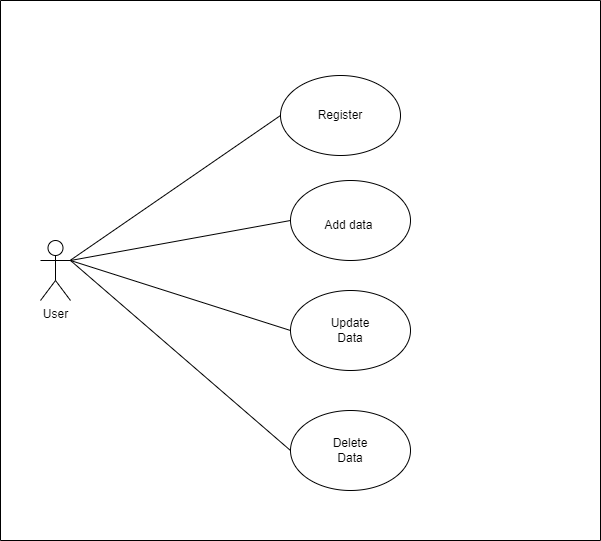
Before: Registration_Management Documents/Usercase Diagrams/Usercase.png, a diagram exported from draw.io (IT20146474/ElectroGrid-EG-G62). Source tidied: cells renumbered, new cells last; positions are measured from the earlier drawing's top-left corner, leaving out a move shared by most shapes. Its diagram source:
```xml
<mxGraphModel>
  <root>
    <mxCell id="0" />
    <mxCell id="1" parent="0" />
    <mxCell id="2" value="User" style="shape=umlActor;verticalLabelPosition=bottom;verticalAlign=top;html=1;outlineConnect=0;" parent="1" vertex="1">
      <mxGeometry x="40" y="240" width="30" height="60" as="geometry" />
    </mxCell>
    <mxCell id="3" style="ellipse;whiteSpace=wrap;html=1;" parent="1" vertex="1">
      <mxGeometry x="280" y="75" width="120" height="80" as="geometry" />
    </mxCell>
    <mxCell id="4" style="ellipse;whiteSpace=wrap;html=1;" parent="1" vertex="1">
      <mxGeometry x="290" y="180" width="120" height="80" as="geometry" />
    </mxCell>
    <mxCell id="5" style="ellipse;whiteSpace=wrap;html=1;" parent="1" vertex="1">
      <mxGeometry x="290" y="290" width="120" height="80" as="geometry" />
    </mxCell>
    <mxCell id="6" value="Register" style="text;html=1;strokeColor=none;fillColor=none;align=center;verticalAlign=middle;whiteSpace=wrap;rounded=0;" parent="1" vertex="1">
      <mxGeometry x="310" y="100" width="60" height="30" as="geometry" />
    </mxCell>
    <mxCell id="7" value="Add data&amp;nbsp;" style="text;html=1;strokeColor=none;fillColor=none;align=center;verticalAlign=middle;whiteSpace=wrap;rounded=0;" parent="1" vertex="1">
      <mxGeometry x="320" y="210" width="60" height="30" as="geometry" />
    </mxCell>
    <mxCell id="8" value="Update Data" style="text;html=1;strokeColor=none;fillColor=none;align=center;verticalAlign=middle;whiteSpace=wrap;rounded=0;" parent="1" vertex="1">
      <mxGeometry x="320" y="315" width="60" height="30" as="geometry" />
    </mxCell>
    <mxCell id="9" style="ellipse;whiteSpace=wrap;html=1;" parent="1" vertex="1">
      <mxGeometry x="290" y="410" width="120" height="80" as="geometry" />
    </mxCell>
    <mxCell id="10" value="Delete Data" style="text;html=1;strokeColor=none;fillColor=none;align=center;verticalAlign=middle;whiteSpace=wrap;rounded=0;" parent="1" vertex="1">
      <mxGeometry x="320" y="435" width="60" height="30" as="geometry" />
    </mxCell>
    <mxCell id="11" style="endArrow=none;html=1;rounded=0;entryX=0;entryY=0.5;entryDx=0;entryDy=0;" parent="1" edge="1" source="2" target="3">
      <mxGeometry relative="1" as="geometry" />
    </mxCell>
    <mxCell id="12" style="endArrow=none;html=1;rounded=0;entryX=0;entryY=0.5;entryDx=0;entryDy=0;" parent="1" edge="1" target="4">
      <mxGeometry relative="1" as="geometry">
        <mxPoint x="70" y="260" as="sourcePoint" />
      </mxGeometry>
    </mxCell>
    <mxCell id="13" style="endArrow=none;html=1;rounded=0;entryX=0;entryY=0.5;entryDx=0;entryDy=0;" parent="1" edge="1" target="5">
      <mxGeometry relative="1" as="geometry">
        <mxPoint x="70" y="260" as="sourcePoint" />
      </mxGeometry>
    </mxCell>
    <mxCell id="14" style="endArrow=none;html=1;rounded=0;entryX=0;entryY=0.5;entryDx=0;entryDy=0;" parent="1" edge="1" target="9">
      <mxGeometry relative="1" as="geometry">
        <mxPoint x="70" y="260" as="sourcePoint" />
      </mxGeometry>
    </mxCell>
    <mxCell id="15" style="swimlane;startSize=0;fontSize=17;" parent="1" vertex="1">
      <mxGeometry width="600" height="540" as="geometry" />
    </mxCell>
  </root>
</mxGraphModel>
```
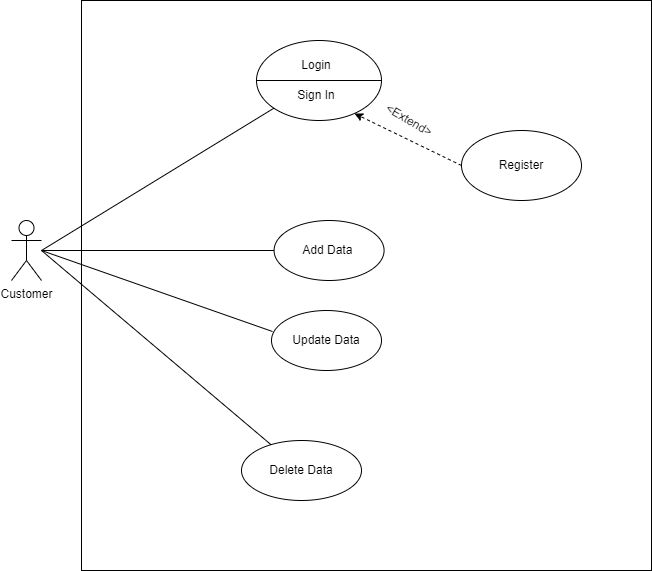
After the change.

The edit, as a diff of the source:
```diff
@@ -2,53 +2,61 @@
   <root>
     <mxCell id="0" />
     <mxCell id="1" parent="0" />
-    <mxCell id="2" value="User" style="shape=umlActor;verticalLabelPosition=bottom;verticalAlign=top;html=1;outlineConnect=0;" parent="1" vertex="1">
-      <mxGeometry x="40" y="240" width="30" height="60" as="geometry" />
-    </mxCell>
-    <mxCell id="3" style="ellipse;whiteSpace=wrap;html=1;" parent="1" vertex="1">
-      <mxGeometry x="280" y="75" width="120" height="80" as="geometry" />
-    </mxCell>
-    <mxCell id="4" style="ellipse;whiteSpace=wrap;html=1;" parent="1" vertex="1">
-      <mxGeometry x="290" y="180" width="120" height="80" as="geometry" />
-    </mxCell>
-    <mxCell id="5" style="ellipse;whiteSpace=wrap;html=1;" parent="1" vertex="1">
-      <mxGeometry x="290" y="290" width="120" height="80" as="geometry" />
-    </mxCell>
+    <mxCell id="16" value="Customer" style="shape=umlActor;verticalLabelPosition=bottom;verticalAlign=top;html=1;" parent="1" vertex="1">
+      <mxGeometry x="70" y="200" width="30" height="60" as="geometry" />
+    </mxCell>
+    <mxCell id="17" style="whiteSpace=wrap;html=1;" parent="1" vertex="1">
+      <mxGeometry x="140" y="-20" width="570" height="570" as="geometry" />
+    </mxCell>
+    <mxCell id="18" style="ellipse;whiteSpace=wrap;html=1;" parent="1" vertex="1">
+      <mxGeometry x="315" y="20" width="125" height="80" as="geometry" />
+    </mxCell>
+    <mxCell id="19" style="endArrow=none;html=1;rounded=0;entryX=1;entryY=0.5;entryDx=0;entryDy=0;exitX=0;exitY=0.5;exitDx=0;exitDy=0;" parent="1" edge="1" source="18" target="18">
+      <mxGeometry relative="1" as="geometry" />
+    </mxCell>
+    <mxCell id="20" value="Login" style="text;html=1;strokeColor=none;fillColor=none;align=center;verticalAlign=middle;whiteSpace=wrap;rounded=0;" parent="1" vertex="1">
+      <mxGeometry x="345" y="30" width="60" height="30" as="geometry" />
+    </mxCell>
+    <mxCell id="21" value="Sign In" style="text;html=1;strokeColor=none;fillColor=none;align=center;verticalAlign=middle;whiteSpace=wrap;rounded=0;" parent="1" vertex="1">
+      <mxGeometry x="345" y="60" width="60" height="30" as="geometry" />
+    </mxCell>
-    <mxCell id="6" value="Register" style="text;html=1;strokeColor=none;fillColor=none;align=center;verticalAlign=middle;whiteSpace=wrap;rounded=0;" parent="1" vertex="1">
-      <mxGeometry x="310" y="100" width="60" height="30" as="geometry" />
+    <mxCell id="6" value="Register" style="ellipse;whiteSpace=wrap;html=1;" parent="1" vertex="1">
+      <mxGeometry x="520" y="110" width="120" height="70" as="geometry" />
     </mxCell>
-    <mxCell id="7" value="Add data&amp;nbsp;" style="text;html=1;strokeColor=none;fillColor=none;align=center;verticalAlign=middle;whiteSpace=wrap;rounded=0;" parent="1" vertex="1">
-      <mxGeometry x="320" y="210" width="60" height="30" as="geometry" />
-    </mxCell>
+    <mxCell id="22" style="endArrow=classic;html=1;rounded=0;entryX=0.784;entryY=0.913;entryDx=0;entryDy=0;entryPerimeter=0;exitX=0;exitY=0.5;exitDx=0;exitDy=0;dashed=1;" parent="1" edge="1" source="6" target="18">
+      <mxGeometry relative="1" as="geometry" />
+    </mxCell>
+    <mxCell id="23" value="&amp;lt;Extend&amp;gt;" style="text;html=1;strokeColor=none;fillColor=none;align=center;verticalAlign=middle;whiteSpace=wrap;rounded=0;rotation=30;" parent="1" vertex="1">
+      <mxGeometry x="442.6" y="90" width="50" height="20" as="geometry" />
+    </mxCell>
+    <mxCell id="24" value="Add Data&amp;nbsp;" style="ellipse;whiteSpace=wrap;html=1;" parent="1" vertex="1">
+      <mxGeometry x="332.6" y="200" width="110" height="60" as="geometry" />
+    </mxCell>
+    <mxCell id="25" style="endArrow=none;html=1;rounded=0;" parent="1" edge="1" target="18">
+      <mxGeometry relative="1" as="geometry">
+        <mxPoint x="100" y="230" as="sourcePoint" />
+      </mxGeometry>
+    </mxCell>
+    <mxCell id="26" style="endArrow=none;html=1;rounded=0;" parent="1" edge="1" target="24">
+      <mxGeometry relative="1" as="geometry">
+        <mxPoint x="100" y="230" as="sourcePoint" />
+      </mxGeometry>
+    </mxCell>
-    <mxCell id="8" value="Update Data" style="text;html=1;strokeColor=none;fillColor=none;align=center;verticalAlign=middle;whiteSpace=wrap;rounded=0;" parent="1" vertex="1">
-      <mxGeometry x="320" y="315" width="60" height="30" as="geometry" />
+    <mxCell id="8" value="Update Data" style="ellipse;whiteSpace=wrap;html=1;" parent="1" vertex="1">
+      <mxGeometry x="330" y="290" width="110" height="60" as="geometry" />
     </mxCell>
-    <mxCell id="9" style="ellipse;whiteSpace=wrap;html=1;" parent="1" vertex="1">
-      <mxGeometry x="290" y="410" width="120" height="80" as="geometry" />
-    </mxCell>
-    <mxCell id="10" value="Delete Data" style="text;html=1;strokeColor=none;fillColor=none;align=center;verticalAlign=middle;whiteSpace=wrap;rounded=0;" parent="1" vertex="1">
-      <mxGeometry x="320" y="435" width="60" height="30" as="geometry" />
+    <mxCell id="10" value="Delete Data" style="ellipse;whiteSpace=wrap;html=1;" parent="1" vertex="1">
+      <mxGeometry x="300" y="420" width="120" height="60" as="geometry" />
     </mxCell>
-    <mxCell id="11" style="endArrow=none;html=1;rounded=0;entryX=0;entryY=0.5;entryDx=0;entryDy=0;" parent="1" edge="1" source="2" target="3">
-      <mxGeometry relative="1" as="geometry" />
-    </mxCell>
-    <mxCell id="12" style="endArrow=none;html=1;rounded=0;entryX=0;entryY=0.5;entryDx=0;entryDy=0;" parent="1" edge="1" target="4">
-      <mxGeometry relative="1" as="geometry">
-        <mxPoint x="70" y="260" as="sourcePoint" />
-      </mxGeometry>
-    </mxCell>
-    <mxCell id="13" style="endArrow=none;html=1;rounded=0;entryX=0;entryY=0.5;entryDx=0;entryDy=0;" parent="1" edge="1" target="5">
-      <mxGeometry relative="1" as="geometry">
-        <mxPoint x="70" y="260" as="sourcePoint" />
-      </mxGeometry>
-    </mxCell>
-    <mxCell id="14" style="endArrow=none;html=1;rounded=0;entryX=0;entryY=0.5;entryDx=0;entryDy=0;" parent="1" edge="1" target="9">
-      <mxGeometry relative="1" as="geometry">
-        <mxPoint x="70" y="260" as="sourcePoint" />
-      </mxGeometry>
-    </mxCell>
-    <mxCell id="15" style="swimlane;startSize=0;fontSize=17;" parent="1" vertex="1">
-      <mxGeometry width="600" height="540" as="geometry" />
-    </mxCell>
+    <mxCell id="27" style="endArrow=none;html=1;rounded=0;entryX=0.009;entryY=0.35;entryDx=0;entryDy=0;entryPerimeter=0;" parent="1" edge="1" target="8">
+      <mxGeometry relative="1" as="geometry">
+        <mxPoint x="100" y="230" as="sourcePoint" />
+      </mxGeometry>
+    </mxCell>
+    <mxCell id="28" style="endArrow=none;html=1;rounded=0;" parent="1" edge="1" target="10">
+      <mxGeometry relative="1" as="geometry">
+        <mxPoint x="100" y="230" as="sourcePoint" />
+      </mxGeometry>
+    </mxCell>
   </root>
 </mxGraphModel>
```
